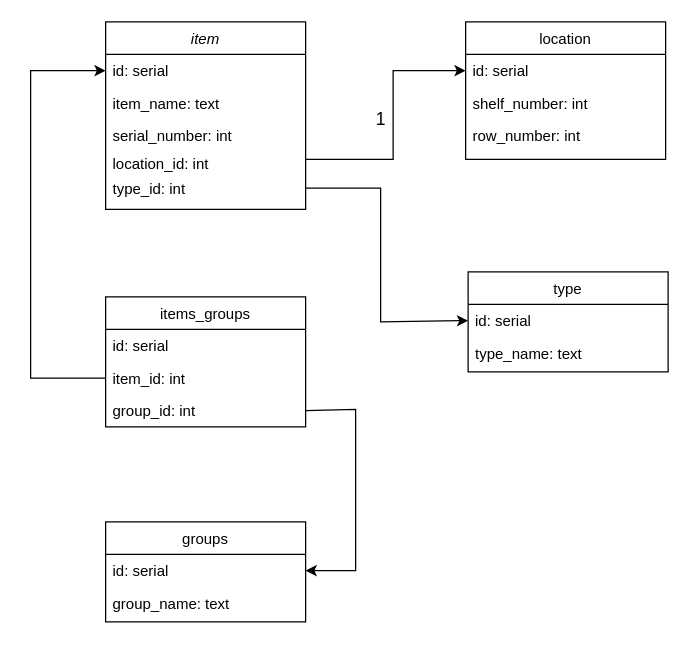
Earlier version of the draw.io diagram db/relationships.drawio (landiz/job4j_design). Source tidied: cells renumbered, new cells numbered last; positions are measured from the earlier drawing's top-left corner, leaving out a move shared by most shapes. Both pictures are drawn from the tidied source at 125%, with x=0, y=0 at pixel (30, 21).
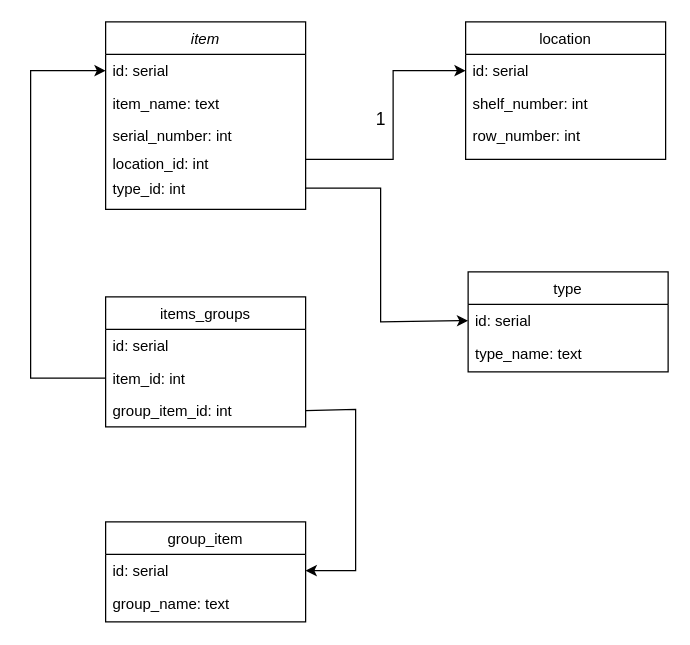
The same diagram, later.

Commit message (it also covers changes not shown here):
1. Связи между таблицами [#373615 # [#373615 #420605]]

The change refers to these unchanged cells:
```xml
<mxCell id="11" value="items_groups" style="swimlane;fontStyle=0;align=center;verticalAlign=top;horizontal=1;startSize=26;rounded=0;shadow=0;strokeWidth=1;" parent="1" vertex="1">
  <mxGeometry x="60" y="220" width="160" height="104" as="geometry" />
</mxCell>
```

Diff of the diagram source:
```diff
@@
-    <mxCell id="8" value="groups&#10;" style="swimlane;fontStyle=0;align=center;verticalAlign=top;horizontal=1;startSize=26;rounded=0;shadow=0;strokeWidth=1;" parent="1" vertex="1">
+    <mxCell id="8" value="group_item" style="swimlane;fontStyle=0;align=center;verticalAlign=top;horizontal=1;startSize=26;rounded=0;shadow=0;strokeWidth=1;" parent="1" vertex="1">
       <mxGeometry x="60" y="400" width="160" height="80" as="geometry" />
     </mxCell>
@@
-    <mxCell id="14" value="group_id: int" style="text;align=left;verticalAlign=top;spacingLeft=4;spacingRight=4;overflow=hidden;points=[[0,0.5],[1,0.5]];portConstraint=eastwest;" parent="11" vertex="1">
+    <mxCell id="14" value="group_item_id: int" style="text;align=left;verticalAlign=top;spacingLeft=4;spacingRight=4;overflow=hidden;points=[[0,0.5],[1,0.5]];portConstraint=eastwest;" parent="11" vertex="1">
       <mxGeometry y="78" width="160" height="26" as="geometry" />
     </mxCell>
```
